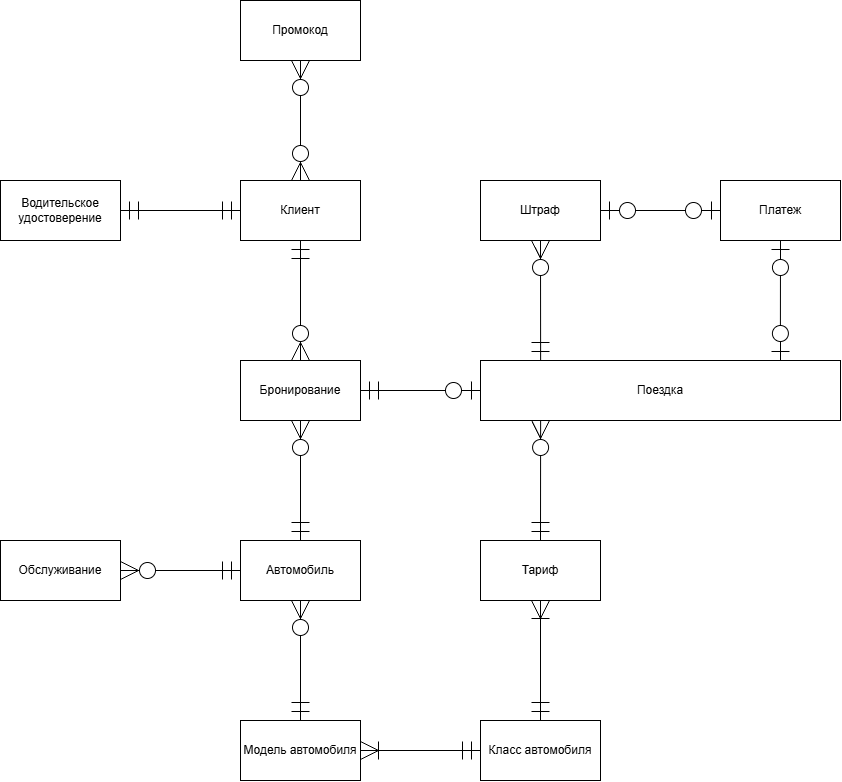
Earlier version of the draw.io export schemas/conceptual_model.png (l1me999/DB-Carsharing-Project). Source tidied: cells renumbered, new cells last; positions are measured from the earlier drawing's top-left corner, leaving out a move shared by most shapes.
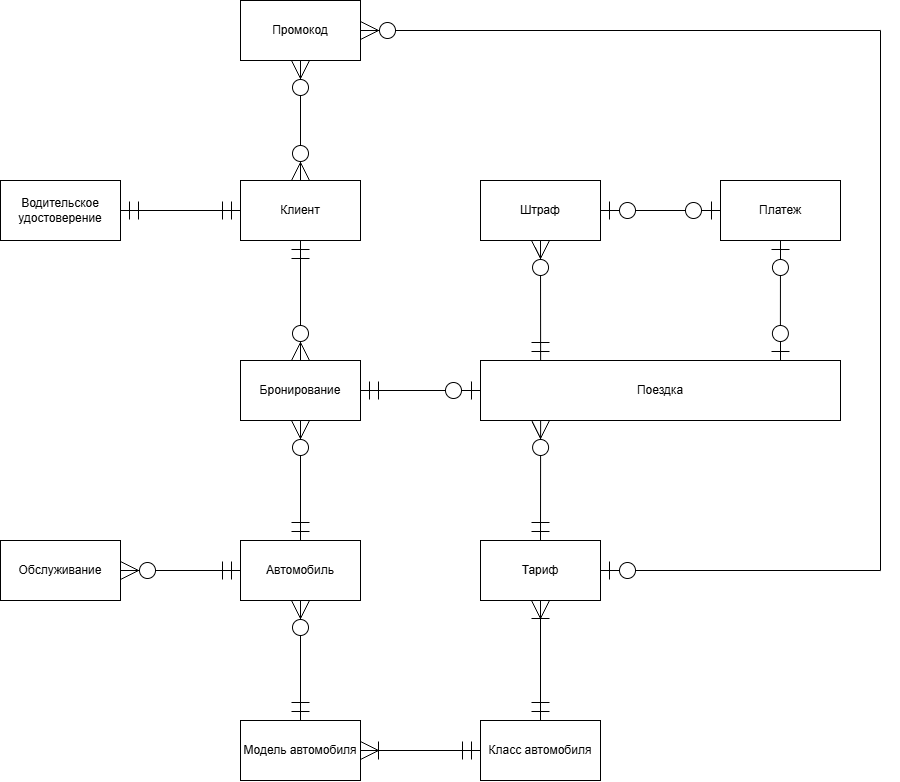
Later version of the same file.

Commit message:
docs: add details to conceptual schema

Change to the diagram source:
```diff
@@ -77,5 +77,21 @@
     <mxCell id="26" style="endArrow=ERzeroToOne;html=1;rounded=0;defaultLabelBackgroundColor=page;exitX=1;exitY=0.5;exitDx=0;exitDy=0;entryX=0;entryY=0.5;entryDx=0;entryDy=0;startSize=16;endFill=0;endSize=16;startArrow=ERzeroToOne;startFill=0;" parent="1" edge="1" source="11" target="10">
       <mxGeometry relative="1" as="geometry" />
     </mxCell>
+    <mxCell id="27" style="endArrow=none;html=1;rounded=0;defaultLabelBackgroundColor=page;exitX=1;exitY=0.5;exitDx=0;exitDy=0;startArrow=ERzeroToMany;startFill=0;startSize=16;endSize=16;" parent="1" edge="1" source="13">
+      <mxGeometry relative="1" as="geometry">
+        <mxPoint x="880" y="30" as="targetPoint" />
+      </mxGeometry>
+    </mxCell>
+    <mxCell id="28" style="endArrow=none;html=1;rounded=0;defaultLabelBackgroundColor=page;startSize=16;endSize=16;" parent="1" edge="1">
+      <mxGeometry relative="1" as="geometry">
+        <mxPoint x="880" y="570" as="sourcePoint" />
+        <mxPoint x="880" y="30" as="targetPoint" />
+      </mxGeometry>
+    </mxCell>
+    <mxCell id="29" style="endArrow=none;html=1;rounded=0;defaultLabelBackgroundColor=page;exitX=1;exitY=0.5;exitDx=0;exitDy=0;startSize=16;startArrow=ERzeroToOne;startFill=0;endSize=16;" parent="1" edge="1" source="7">
+      <mxGeometry relative="1" as="geometry">
+        <mxPoint x="880" y="570" as="targetPoint" />
+      </mxGeometry>
+    </mxCell>
   </root>
 </mxGraphModel>
```
